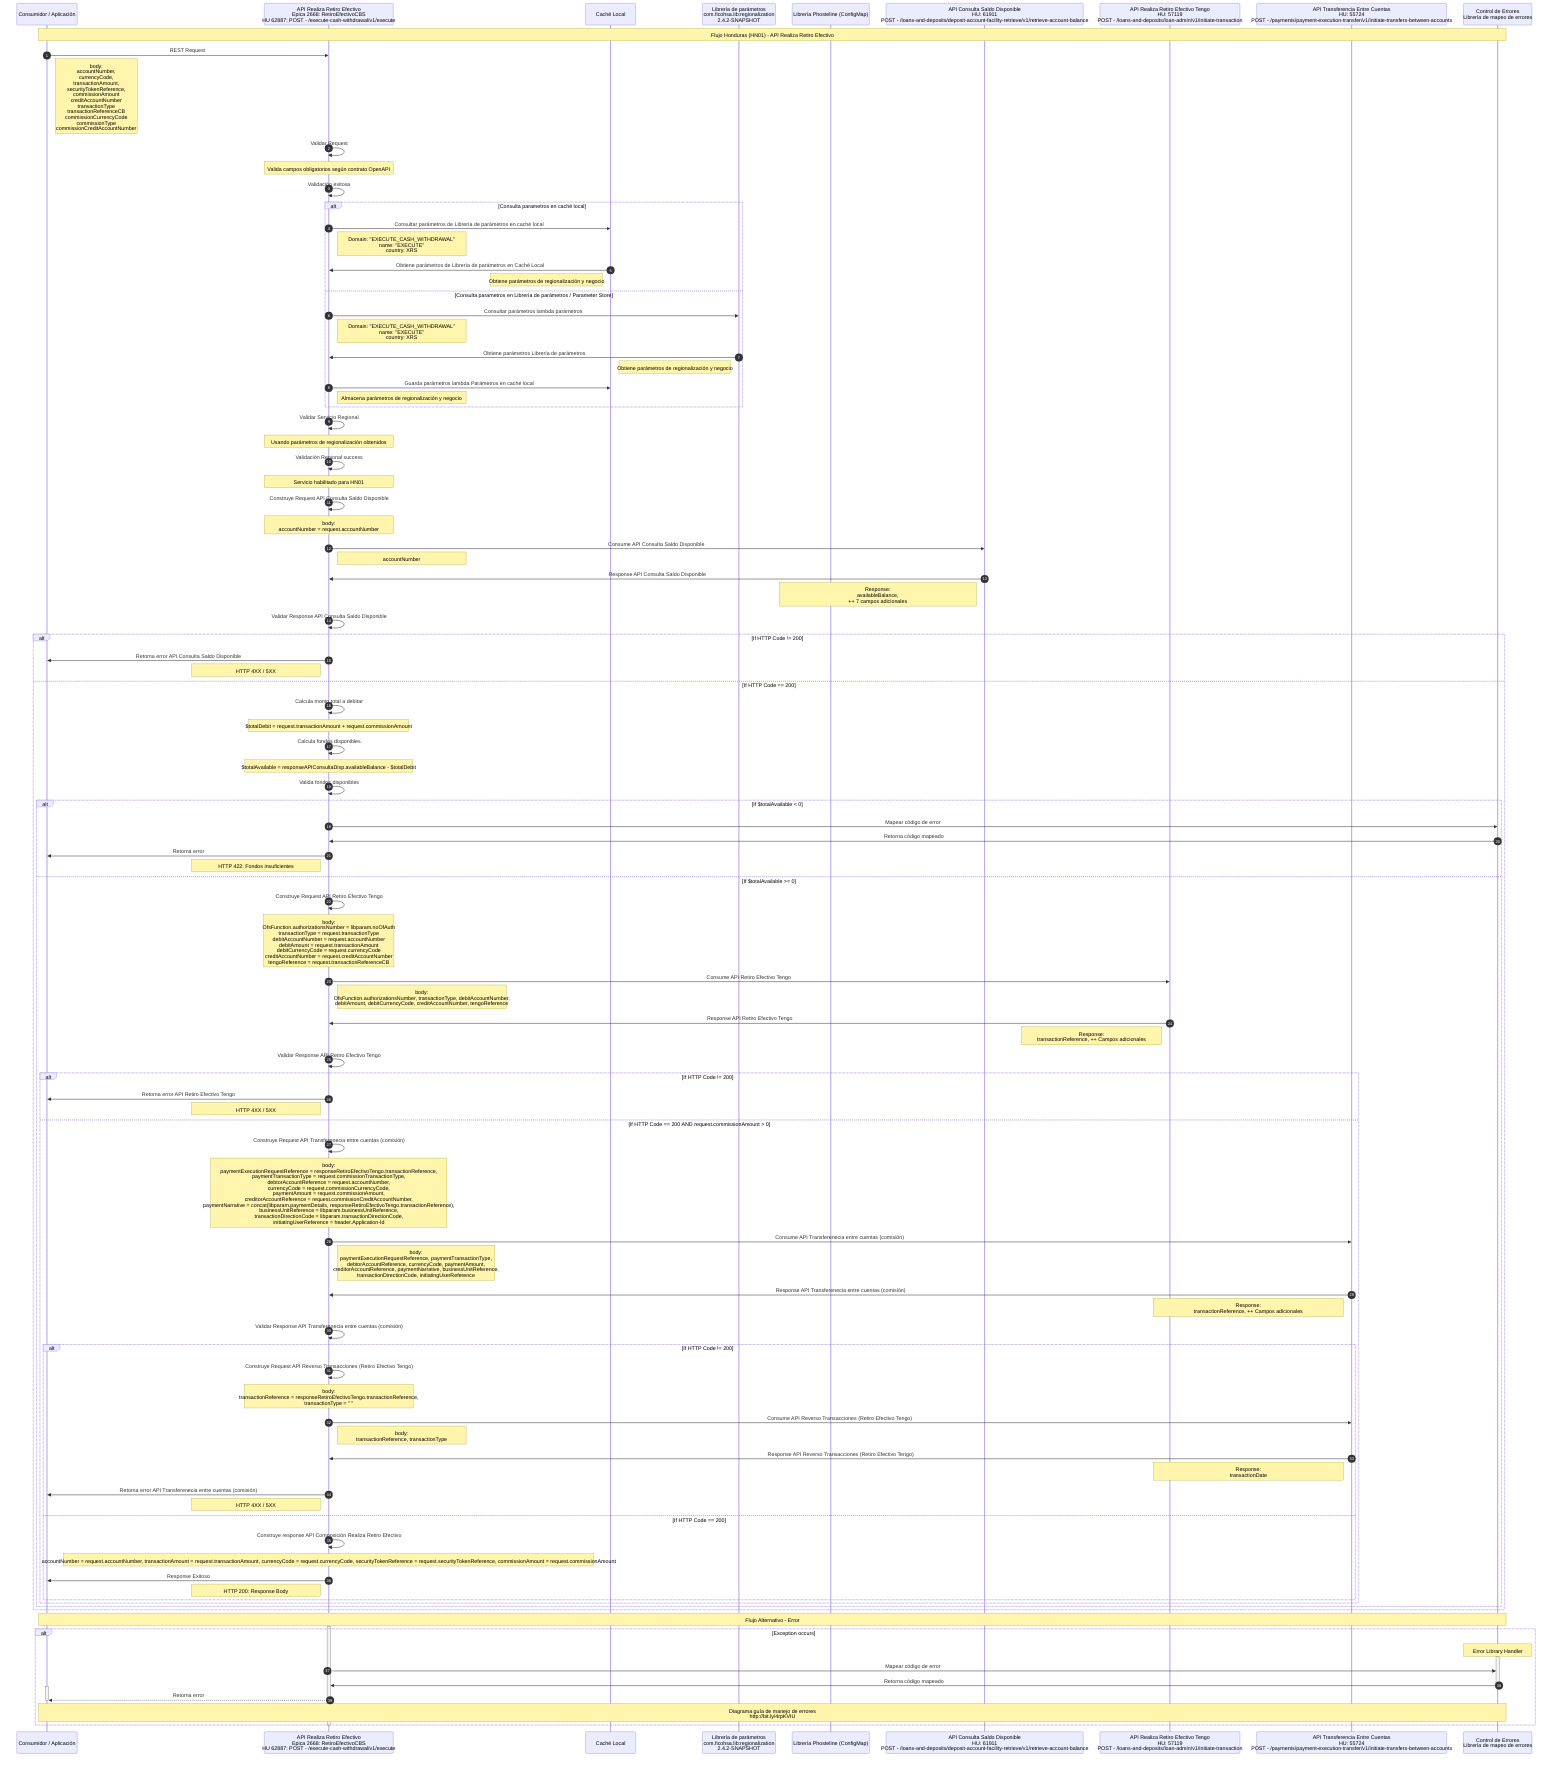
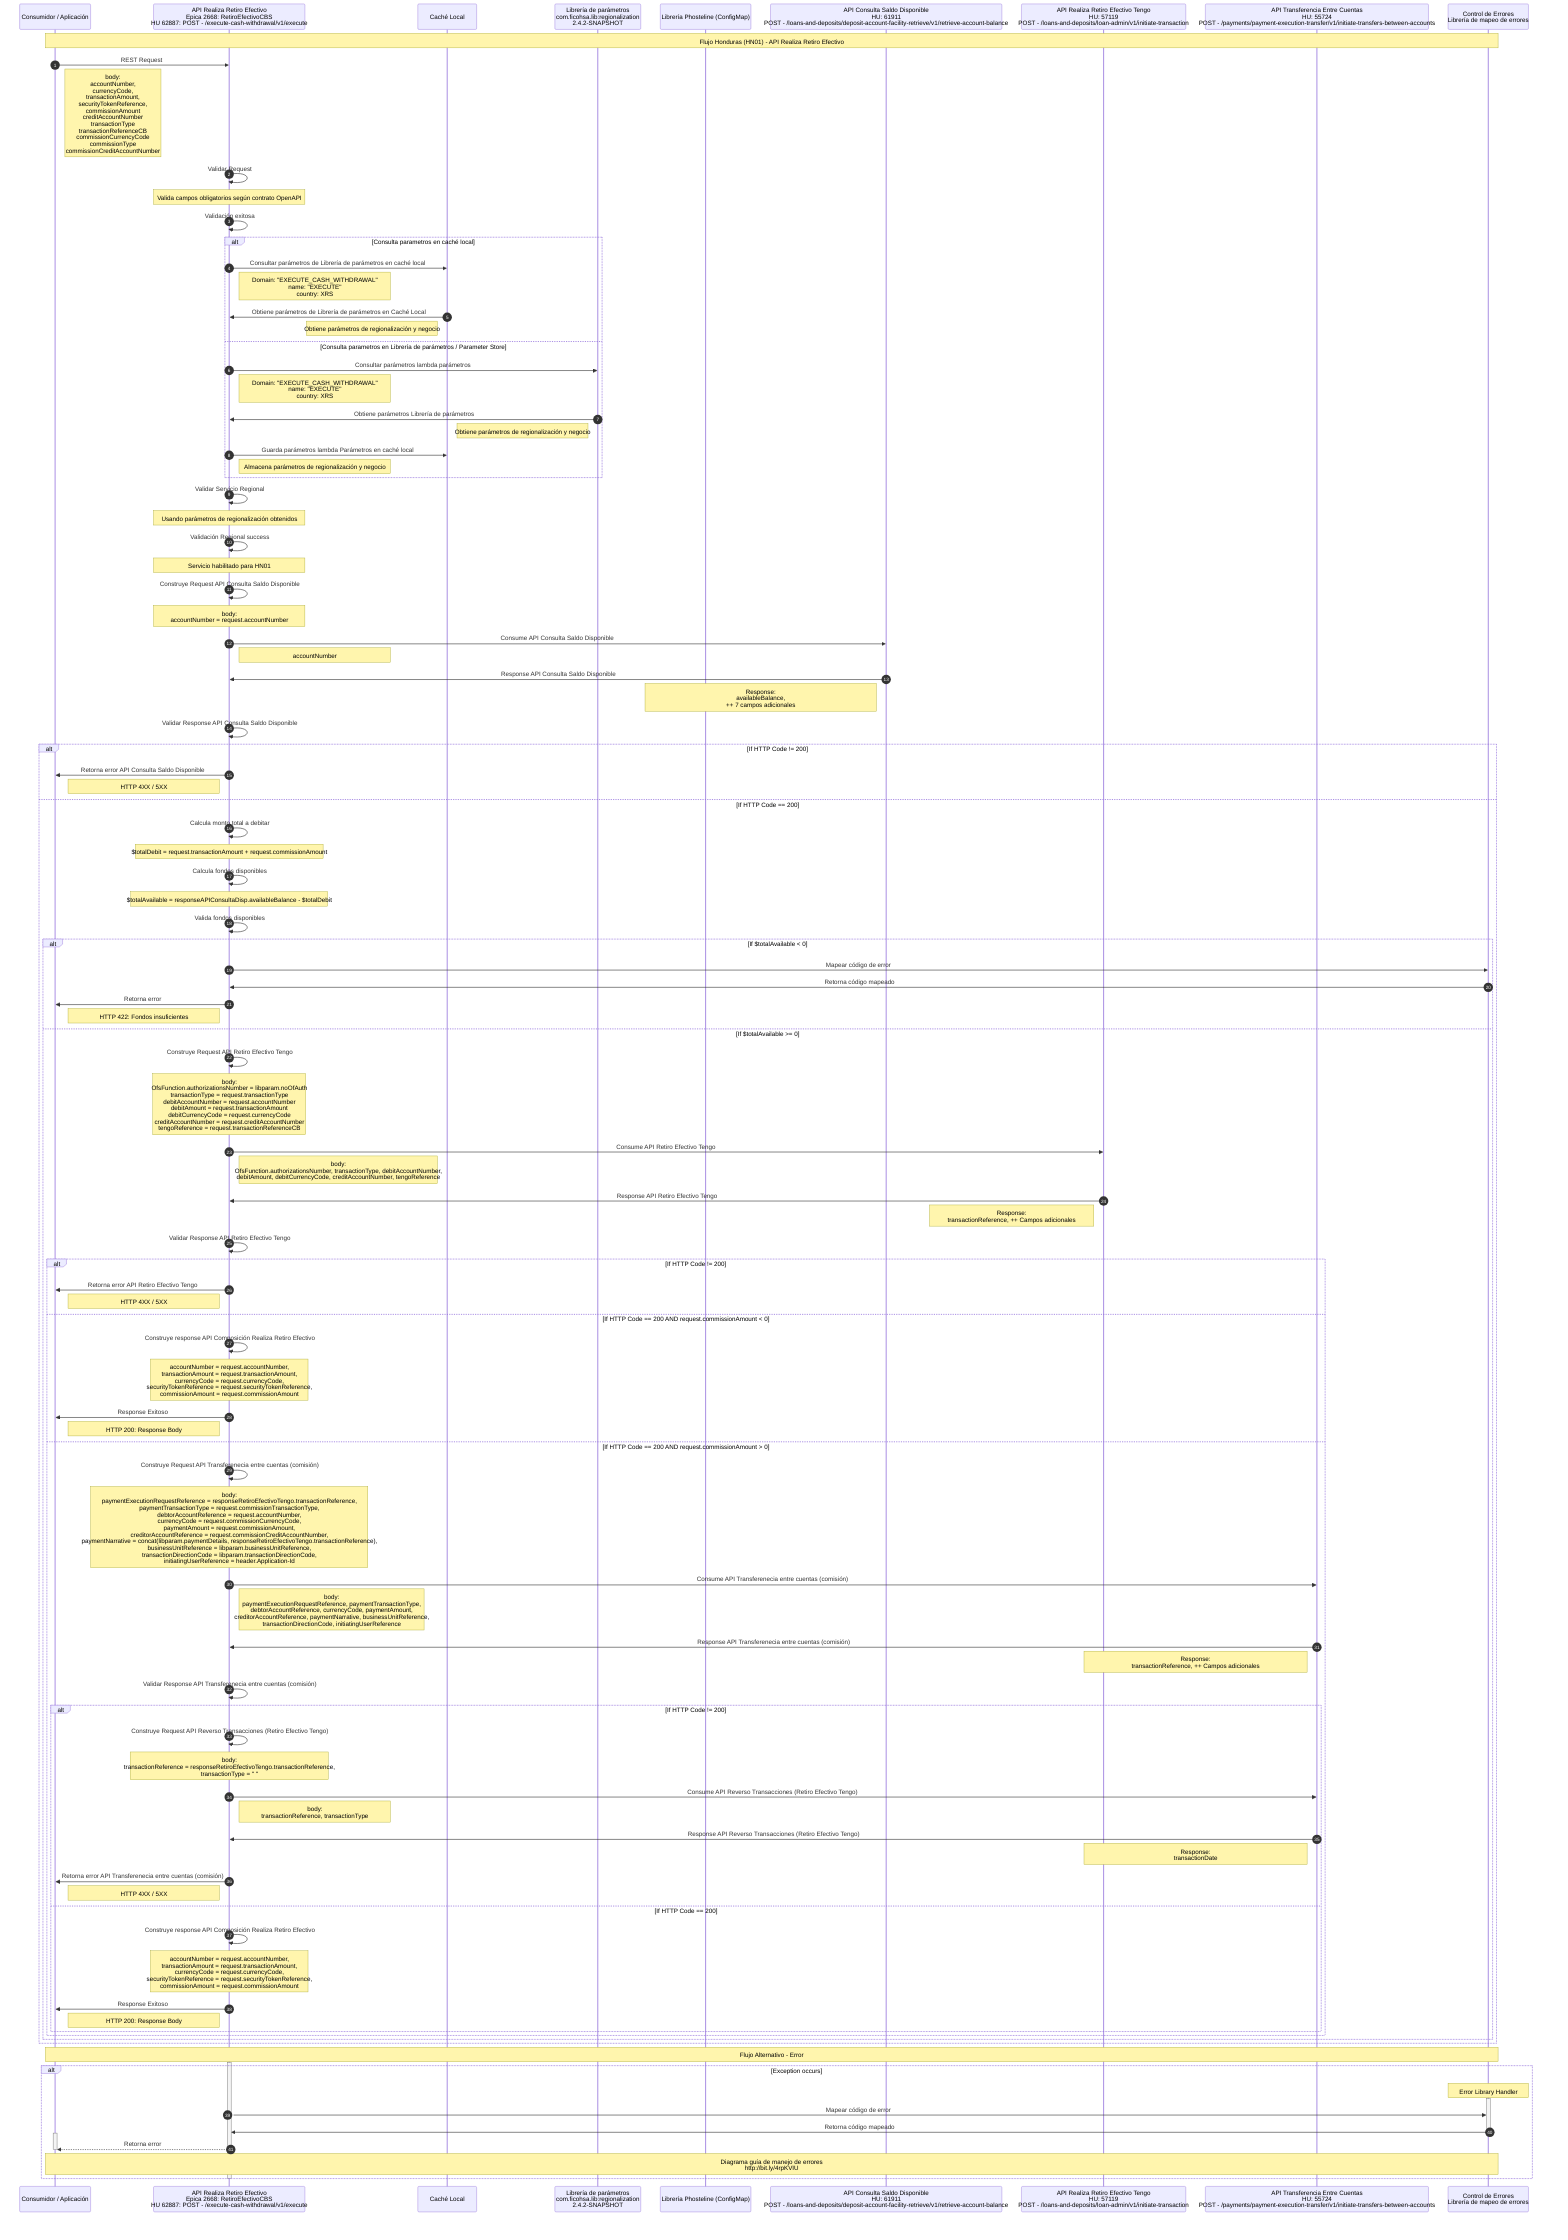
sequenceDiagram
    autonumber
    participant Consumidor as Consumidor / Aplicación
    participant API as API Realiza Retiro Efectivo <br> Epica 2668: RetiroEfectivoCBS <br> HU 62887:  POST - /execute-cash-withdrawal/v1/execute
    participant CL as Caché Local
    participant Lambda as Librería de parámetros <br> com.ficohsa.lib:regionalization <br> 2.4.2-SNAPSHOT
    participant Lib as Librería Phosteline (ConfigMap)
    participant saldo as API Consulta Saldo Disponible <br> HU: 61911 <br> POST - /loans-and-deposits/deposit-account-facility-retrieve/v1/retrieve-account-balance
    participant retiro as API Realiza Retiro Efectivo Tengo <br> HU: 57119 <br> POST - /loans-and-deposits/loan-admin/v1/initiate-transaction
    participant comision as API Transferencia Entre Cuentas <br> HU: 55724 <br> POST - /payments/payment-execution-transfer/v1/initiate-transfers-between-accounts
    participant Errors as Control de Errores <br> Librería de mapeo de errores

    Note over Consumidor, Errors: Flujo Honduras (HN01) - API Realiza Retiro Efectivo

    Consumidor->>API: REST Request
    Note right of Consumidor: body: <br> accountNumber, <br> currencyCode, <br> transactionAmount, <br> securityTokenReference, <br> commissionAmount <br> creditAccountNumber <br> transactionType <br> transactionReferenceCB <br> commissionCurrencyCode <br> commissionType <br> commissionCreditAccountNumber

    API->>API: Validar Request
    Note over API: Valida campos obligatorios según contrato OpenAPI

    API->>API: Validación exitosa

    alt Consulta parametros en caché local

        API->>CL: Consultar parámetros de Librería de parámetros en caché local
        Note right of API: Domain: "EXECUTE_CASH_WITHDRAWAL" <br> name: "EXECUTE" <br> country: XRS

        CL->>API: Obtiene parámetros de Librería de parámetros en Caché Local
        Note left of CL: Obtiene parámetros de regionalización y negocio

    else Consulta  parametros en Librería de parámetros / Parameter Store

        API->>Lambda: Consultar parámetros lambda parámetros
        Note right of API: Domain: "EXECUTE_CASH_WITHDRAWAL" <br> name: "EXECUTE" <br> country: XRS

        Lambda->>API: Obtiene parámetros Librería de parámetros
        Note left of Lambda: Obtiene parámetros de regionalización y negocio

        API->>CL: Guarda parámetros lambda Parámetros en caché local
        Note right of API: Almacena parámetros de regionalización y negocio

    end

    API->>API: Validar Servicio Regional
    Note over API: Usando parámetros de regionalización obtenidos

    API->>API: Validación Regional success
    Note over API: Servicio habilitado para HN01

    API->>API: Construye Request API Consulta Saldo Disponible
    Note over API: body:  <br> accountNumber = request.accountNumber

    API->>saldo: Consume API Consulta Saldo Disponible
    Note right of API: accountNumber

    saldo->>API: Response API Consulta Saldo Disponible
    Note left of saldo: Response: <br> availableBalance, <br> ++ 7 campos adicionales

    API->>API: Validar Response API Consulta Saldo Disponible

    alt If HTTP Code != 200

        API->> Consumidor: Retorna error API Consulta Saldo Disponible
        Note left of API: HTTP 4XX / 5XX

    else If HTTP Code == 200

        API->>API: Calcula monto total a debitar
        Note over API: $totalDebit = request.transactionAmount + request.commissionAmount

        API->>API: Calcula fondos disponibles
        Note over API: $totalAvailable = responseAPIConsultaDisp.availableBalance - $totalDebit

        API->>API: Valida fondos disponibles

        alt If $totalAvailable < 0

            API->> Errors: Mapear código de error

            Errors ->> API: Retorna código mapeado

            API->> Consumidor: Retorna error
            Note left of API: HTTP 422: Fondos insuficientes

        else If $totalAvailable >= 0

            API->>API: Construye Request API Retiro Efectivo Tengo
            Note over API: body: <br> OfsFunction.authorizationsNumber = libparam.noOfAuth <br> transactionType = request.transactionType <br> debitAccountNumber = request.accountNumber <br> debitAmount = request.transactionAmount <br> debitCurrencyCode = request.currencyCode <br> creditAccountNumber = request.creditAccountNumber <br> tengoReference = request.transactionReferenceCB

            API->>retiro: Consume API Retiro Efectivo Tengo
            Note right of API: body:<br> OfsFunction.authorizationsNumber, transactionType, debitAccountNumber, <br> debitAmount, debitCurrencyCode, creditAccountNumber, tengoReference

            retiro->>API: Response API Retiro Efectivo Tengo
            Note left of retiro: Response: <br> transactionReference, ++ Campos adicionales

            API->>API: Validar Response API Retiro Efectivo Tengo

            alt If HTTP Code != 200

                API->> Consumidor: Retorna error API Retiro Efectivo Tengo
                Note left of API: HTTP 4XX / 5XX

+              else If HTTP Code == 200 AND request.commissionAmount < 0
+ 
+                 API->>API: Construye response API Composición Realiza Retiro Efectivo
+                 Note over API: accountNumber = request.accountNumber, <br> transactionAmount = request.transactionAmount, <br>  currencyCode = request.currencyCode, <br>  securityTokenReference = request.securityTokenReference, <br> commissionAmount = request.commissionAmount
+ 
+                 API->>Consumidor: Response Exitoso
+                 Note left of API: HTTP 200: Response Body
+ 
            else If HTTP Code == 200 AND request.commissionAmount > 0

                API->>API: Construye Request API Transferenecia entre cuentas (comisión)
                Note over API: body: <br> paymentExecutionRequestReference = responseRetiroEfectivoTengo.transactionReference, <br> paymentTransactionType = request.commissionTransactionType, <br> debtorAccountReference = request.accountNumber, <br> currencyCode = request.commissionCurrencyCode, <br> paymentAmount = request.commissionAmount, <br> creditorAccountReference = request.commissionCreditAccountNumber, <br> paymentNarrative = concat(libparam.paymentDetails, responseRetiroEfectivoTengo.transactionReference), <br> businessUnitReference = libparam.businessUnitReference, <br> transactionDirectionCode = libparam.transactionDirectionCode, <br> initiatingUserReference = header.Application-Id

                API->>comision: Consume API Transferenecia entre cuentas (comisión)
                Note right of API: body: <br> paymentExecutionRequestReference, paymentTransactionType, <br> debtorAccountReference, currencyCode, paymentAmount, <br> creditorAccountReference, paymentNarrative, businessUnitReference, <br> transactionDirectionCode, initiatingUserReference

                comision->>API: Response API Transferenecia entre cuentas (comisión)
                Note left of comision: Response: <br> transactionReference, ++ Campos adicionales

                API->>API: Validar Response API Transferenecia entre cuentas (comisión)

                alt If HTTP Code != 200

                    API->>API: Construye Request API Reverso Transacciones (Retiro Efectivo Tengo)
                    Note over API: body: <br> transactionReference = responseRetiroEfectivoTengo.transactionReference, <br> transactionType = " "

                    API->>comision: Consume API Reverso Transacciones (Retiro Efectivo Tengo)
                    Note right of API: body: <br> transactionReference, transactionType

                    comision->>API: Response API Reverso Transacciones (Retiro Efectivo Tengo)
                    Note left of comision: Response: <br> transactionDate

                    API->> Consumidor: Retorna error API Transferenecia entre cuentas (comisión)
                    Note left of API: HTTP 4XX / 5XX

                else If HTTP Code == 200

                    API->>API: Construye response API Composición Realiza Retiro Efectivo
-                     Note over API: accountNumber = request.accountNumber, transactionAmount = request.transactionAmount, currencyCode = request.currencyCode, securityTokenReference = request.securityTokenReference, commissionAmount = request.commissionAmount
+                     Note over API: accountNumber = request.accountNumber, <br> transactionAmount = request.transactionAmount, <br>  currencyCode = request.currencyCode, <br>  securityTokenReference = request.securityTokenReference, <br> commissionAmount = request.commissionAmount

                    API->>Consumidor: Response Exitoso
                    Note left of API: HTTP 200: Response Body

                end

            end

        end

    end

    Note over Consumidor, Errors: Flujo Alternativo - Error
    activate API
    alt Exception occurs
        note over Errors: Error Library Handler
        activate Errors
            API->> Errors: Mapear código de error
            Errors ->> API: Retorna código mapeado
        deactivate Errors
        activate Consumidor
            API-->> Consumidor: Retorna error
        deactivate Consumidor
        Note over Consumidor,Errors: Diagrama guía de manejo de errores <br> http://bit.ly/4rpKVIU
    end
    deactivate API